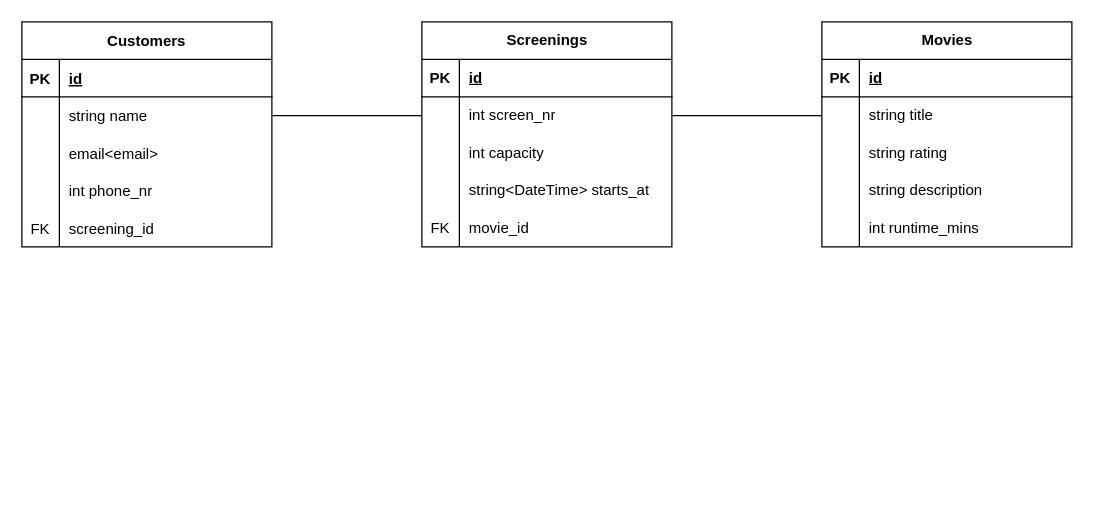
This is edr.drawio from boolean-uk/csharp-api-cinema-challenge, a draw.io file, before an edit. Source tidied: cells renumbered, new cells numbered last; positions are measured from the earlier drawing's top-left corner, leaving out a move shared by most shapes. Both pictures are drawn from the tidied source at 125%, with x=0, y=0 at pixel (21, 21).
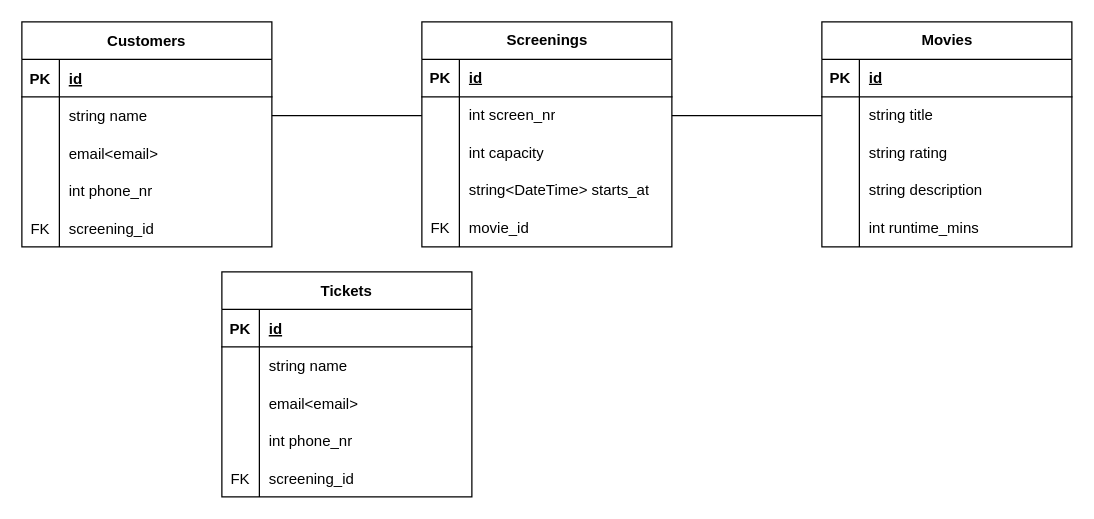
Above is the later version.

Commit message (it also covers changes not shown here):
Changed phoneNr to string from int and made a new migration

Change to the diagram source:
```diff
@@
+    <mxCell id="52" value="Tickets" style="shape=table;startSize=30;childLayout=tableLayout;rowLines=0;fontStyle=1;align=center;" parent="1" vertex="1">
+      <mxGeometry x="160" y="200" width="200" height="180" as="geometry" />
+    </mxCell>
+    <mxCell id="53" style="shape=partialRectangle;fillColor=none;top=0;left=0;right=0;bottom=1;" parent="52" vertex="1">
+      <mxGeometry y="30" width="200" height="30" as="geometry" />
+    </mxCell>
+    <mxCell id="54" value="PK" style="shape=partialRectangle;overflow=hidden;fillColor=none;top=0;left=0;bottom=0;right=0;fontStyle=1;" parent="53" vertex="1">
+      <mxGeometry width="30" height="30" as="geometry" />
+    </mxCell>
+    <mxCell id="55" value="id" style="shape=partialRectangle;overflow=hidden;fillColor=none;top=0;left=0;bottom=0;right=0;align=left;spacingLeft=6;fontStyle=5;" parent="53" vertex="1">
+      <mxGeometry x="30" width="170" height="30" as="geometry" />
+    </mxCell>
+    <mxCell id="56" style="shape=partialRectangle;fillColor=none;top=0;left=0;right=0;bottom=0;" parent="52" vertex="1">
+      <mxGeometry y="60" width="200" height="30" as="geometry" />
+    </mxCell>
+    <mxCell id="57" style="shape=partialRectangle;overflow=hidden;fillColor=none;top=0;left=0;bottom=0;right=0;" parent="56" vertex="1">
+      <mxGeometry width="30" height="30" as="geometry" />
+    </mxCell>
+    <mxCell id="58" value="string name" style="shape=partialRectangle;overflow=hidden;fillColor=none;top=0;left=0;bottom=0;right=0;align=left;spacingLeft=6;" parent="56" vertex="1">
+      <mxGeometry x="30" width="170" height="30" as="geometry" />
+    </mxCell>
+    <mxCell id="59" style="shape=partialRectangle;fillColor=none;top=0;left=0;right=0;bottom=0;" parent="52" vertex="1">
+      <mxGeometry y="90" width="200" height="30" as="geometry" />
+    </mxCell>
+    <mxCell id="60" style="shape=partialRectangle;overflow=hidden;fillColor=none;top=0;left=0;bottom=0;right=0;" parent="59" vertex="1">
+      <mxGeometry width="30" height="30" as="geometry" />
+    </mxCell>
+    <mxCell id="61" value="email&lt;email&gt;" style="shape=partialRectangle;overflow=hidden;fillColor=none;top=0;left=0;bottom=0;right=0;align=left;spacingLeft=6;" parent="59" vertex="1">
+      <mxGeometry x="30" width="170" height="30" as="geometry" />
+    </mxCell>
+    <mxCell id="62" style="shape=partialRectangle;fillColor=none;top=0;left=0;right=0;bottom=0;" parent="52" vertex="1">
+      <mxGeometry y="120" width="200" height="30" as="geometry" />
+    </mxCell>
+    <mxCell id="63" style="shape=partialRectangle;overflow=hidden;fillColor=none;top=0;left=0;bottom=0;right=0;" parent="62" vertex="1">
+      <mxGeometry width="30" height="30" as="geometry" />
+    </mxCell>
+    <mxCell id="64" value="int phone_nr" style="shape=partialRectangle;overflow=hidden;fillColor=none;top=0;left=0;bottom=0;right=0;align=left;spacingLeft=6;" parent="62" vertex="1">
+      <mxGeometry x="30" width="170" height="30" as="geometry" />
+    </mxCell>
+    <mxCell id="65" style="shape=partialRectangle;fillColor=none;top=0;left=0;right=0;bottom=0;" parent="52" vertex="1">
+      <mxGeometry y="150" width="200" height="30" as="geometry" />
+    </mxCell>
+    <mxCell id="66" value="FK" style="shape=partialRectangle;overflow=hidden;fillColor=none;top=0;left=0;bottom=0;right=0;" parent="65" vertex="1">
+      <mxGeometry width="30" height="30" as="geometry" />
+    </mxCell>
+    <mxCell id="67" value="screening_id" style="shape=partialRectangle;overflow=hidden;fillColor=none;top=0;left=0;bottom=0;right=0;align=left;spacingLeft=6;" parent="65" vertex="1">
+      <mxGeometry x="30" width="170" height="30" as="geometry" />
+    </mxCell>
```
